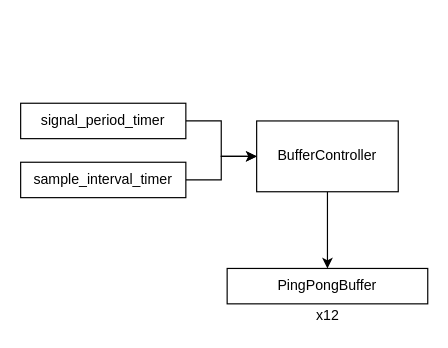
The draw.io diagram .figures/BufferFlowControl_diagram.drawio in frnyb/PL-Mag-Sensor, before the edit. Source tidied: cells renumbered, new cells numbered last; positions are measured from the earlier drawing's top-left corner, leaving out a move shared by most shapes. Both pictures are drawn from the tidied source at 118%, with x=0, y=0 at pixel (20, 103).
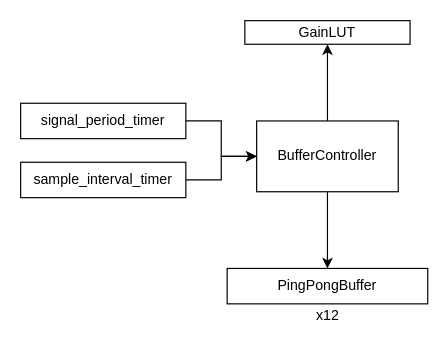
Above is the later version.

The edit, as a diff of the source:
```diff
@@
 <mxGraphModel>
   <root>
     <mxCell id="0" />
     <mxCell id="1" parent="0" />
     <mxCell id="2" style="edgeStyle=orthogonalEdgeStyle;rounded=0;jettySize=auto;html=1;" parent="1" edge="1" source="3" target="8">
       <mxGeometry relative="1" as="geometry" />
     </mxCell>
+    <mxCell id="10" style="edgeStyle=orthogonalEdgeStyle;rounded=0;jettySize=auto;html=1;" parent="1" edge="1" source="3" target="11">
+      <mxGeometry relative="1" as="geometry" />
+    </mxCell>
     <mxCell id="3" value="BufferController" style="rounded=0;whiteSpace=wrap;html=1;" parent="1" vertex="1">
       <mxGeometry x="200" y="15" width="120" height="60" as="geometry" />
     </mxCell>
     <mxCell id="4" style="edgeStyle=orthogonalEdgeStyle;rounded=0;jettySize=auto;html=1;" parent="1" edge="1" source="5" target="3">
       <mxGeometry relative="1" as="geometry" />
     </mxCell>
     <mxCell id="5" value="sample_interval_timer" style="rounded=0;whiteSpace=wrap;html=1;" parent="1" vertex="1">
       <mxGeometry y="50" width="140" height="30" as="geometry" />
     </mxCell>
     <mxCell id="6" style="edgeStyle=orthogonalEdgeStyle;rounded=0;jettySize=auto;html=1;" parent="1" edge="1" source="7" target="3">
       <mxGeometry relative="1" as="geometry">
         <Array as="points">
           <mxPoint x="170" y="15" />
           <mxPoint x="170" y="45" />
         </Array>
       </mxGeometry>
     </mxCell>
     <mxCell id="7" value="signal_period_timer" style="rounded=0;whiteSpace=wrap;html=1;" parent="1" vertex="1">
       <mxGeometry width="140" height="30" as="geometry" />
     </mxCell>
     <mxCell id="8" value="PingPongBuffer" style="rounded=0;whiteSpace=wrap;html=1;" parent="1" vertex="1">
       <mxGeometry x="175" y="140" width="170" height="30" as="geometry" />
     </mxCell>
     <mxCell id="9" value="x12" style="text;html=1;align=center;verticalAlign=middle;strokeColor=none;fillColor=none;" parent="1" vertex="1">
       <mxGeometry x="245" y="170" width="30" height="20" as="geometry" />
     </mxCell>
+    <mxCell id="11" value="GainLUT" style="rounded=0;whiteSpace=wrap;html=1;" parent="1" vertex="1">
+      <mxGeometry x="190" y="-70" width="140" height="20" as="geometry" />
+    </mxCell>
   </root>
 </mxGraphModel>
```
